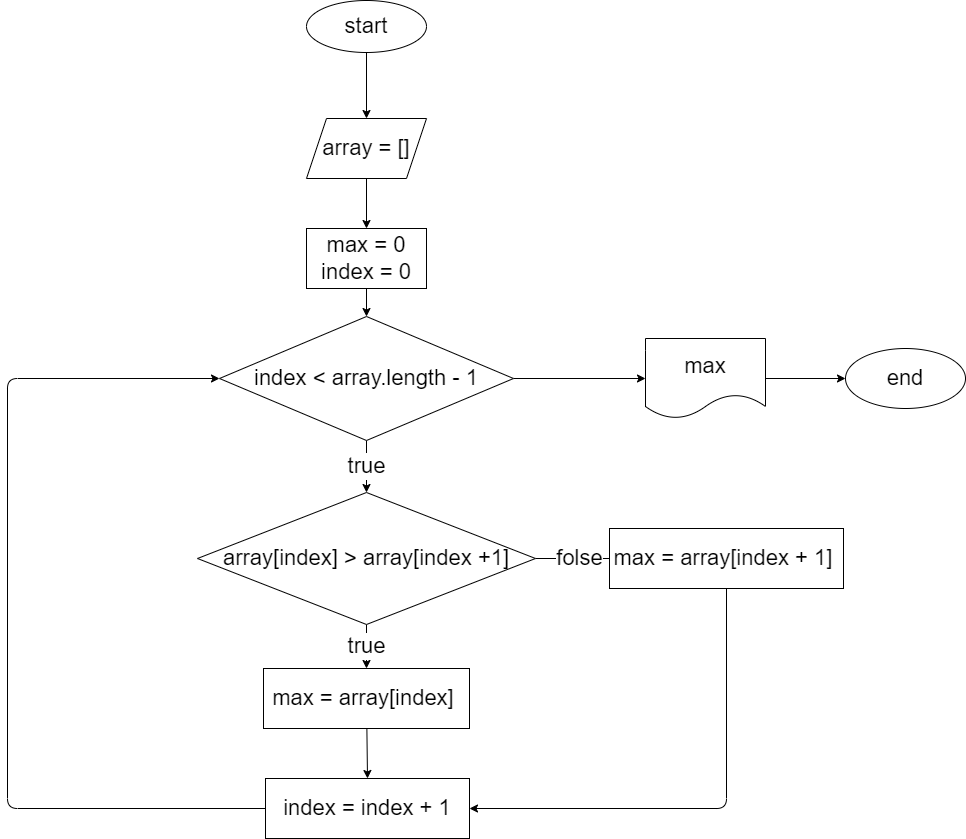
Earlier version of the draw.io export task_2/diagram2.drawio.png (Kir017/-). Source tidied: cells renumbered, new cells last; positions are measured from the earlier drawing's top-left corner, leaving out a move shared by most shapes. Its diagram source:
```xml
<mxGraphModel>
  <root>
    <mxCell id="0" />
    <mxCell id="1" parent="0" />
    <mxCell id="2" style="edgeStyle=none;html=1;fontSize=22;" parent="1" edge="1" source="3">
      <mxGeometry relative="1" as="geometry">
        <mxPoint x="359" y="118" as="targetPoint" />
      </mxGeometry>
    </mxCell>
    <mxCell id="3" value="&lt;font style=&quot;font-size: 22px&quot;&gt;start&lt;/font&gt;" style="ellipse;whiteSpace=wrap;html=1;" parent="1" vertex="1">
      <mxGeometry x="299" width="120" height="52" as="geometry" />
    </mxCell>
    <mxCell id="4" style="edgeStyle=none;html=1;fontSize=22;" parent="1" edge="1" source="5" target="7">
      <mxGeometry relative="1" as="geometry" />
    </mxCell>
    <mxCell id="5" value="array = []" style="shape=parallelogram;perimeter=parallelogramPerimeter;whiteSpace=wrap;html=1;fixedSize=1;fontSize=22;" parent="1" vertex="1">
      <mxGeometry x="299" y="118" width="120" height="60" as="geometry" />
    </mxCell>
    <mxCell id="6" style="edgeStyle=none;html=1;fontSize=22;" parent="1" edge="1" source="7" target="10">
      <mxGeometry relative="1" as="geometry" />
    </mxCell>
    <mxCell id="7" value="max = 0&lt;br&gt;index = 0" style="rounded=0;whiteSpace=wrap;html=1;fontSize=22;" parent="1" vertex="1">
      <mxGeometry x="299" y="228" width="120" height="60" as="geometry" />
    </mxCell>
    <mxCell id="8" value="true" style="edgeStyle=none;html=1;entryX=0.5;entryY=0;entryDx=0;entryDy=0;fontSize=22;" parent="1" edge="1" source="10" target="13">
      <mxGeometry relative="1" as="geometry" />
    </mxCell>
    <mxCell id="9" style="edgeStyle=none;html=1;fontSize=22;" parent="1" edge="1" source="10">
      <mxGeometry relative="1" as="geometry">
        <mxPoint x="638" y="378" as="targetPoint" />
      </mxGeometry>
    </mxCell>
    <mxCell id="10" value="index &amp;lt; array.length - 1" style="rhombus;whiteSpace=wrap;html=1;fontSize=22;rounded=0;" parent="1" vertex="1">
      <mxGeometry x="212" y="316" width="294" height="124" as="geometry" />
    </mxCell>
    <mxCell id="11" value="true" style="edgeStyle=none;html=1;fontSize=22;" parent="1" edge="1" source="13" target="15">
      <mxGeometry relative="1" as="geometry" />
    </mxCell>
    <mxCell id="12" value="folse" style="edgeStyle=none;html=1;fontSize=22;" parent="1" edge="1" source="13">
      <mxGeometry relative="1" as="geometry">
        <mxPoint x="616" y="558" as="targetPoint" />
      </mxGeometry>
    </mxCell>
    <mxCell id="13" value="array[index] &amp;gt; array[index +1]" style="rhombus;whiteSpace=wrap;html=1;fontSize=22;rounded=0;" parent="1" vertex="1">
      <mxGeometry x="190" y="492" width="338" height="132" as="geometry" />
    </mxCell>
    <mxCell id="14" style="edgeStyle=none;html=1;entryX=0.5;entryY=0;entryDx=0;entryDy=0;fontSize=22;" parent="1" edge="1" source="15" target="17">
      <mxGeometry relative="1" as="geometry" />
    </mxCell>
    <mxCell id="15" value="max = array[index]&amp;nbsp;" style="whiteSpace=wrap;html=1;fontSize=22;rounded=0;" parent="1" vertex="1">
      <mxGeometry x="256" y="668" width="206" height="60" as="geometry" />
    </mxCell>
    <mxCell id="16" style="edgeStyle=none;html=1;entryX=0;entryY=0.5;entryDx=0;entryDy=0;fontSize=22;" parent="1" edge="1" source="17" target="10">
      <mxGeometry relative="1" as="geometry">
        <Array as="points">
          <mxPoint y="808" />
          <mxPoint y="378" />
        </Array>
      </mxGeometry>
    </mxCell>
    <mxCell id="17" value="index = index&amp;nbsp;+ 1" style="rounded=0;whiteSpace=wrap;html=1;fontSize=22;" parent="1" vertex="1">
      <mxGeometry x="258" y="778" width="204" height="60" as="geometry" />
    </mxCell>
    <mxCell id="18" style="edgeStyle=none;html=1;entryX=1;entryY=0.5;entryDx=0;entryDy=0;fontSize=22;" parent="1" edge="1" source="19" target="17">
      <mxGeometry relative="1" as="geometry">
        <Array as="points">
          <mxPoint x="719" y="808" />
        </Array>
      </mxGeometry>
    </mxCell>
    <mxCell id="19" value="max = array[index + 1]&amp;nbsp;" style="whiteSpace=wrap;html=1;fontSize=22;rounded=0;" parent="1" vertex="1">
      <mxGeometry x="602" y="528" width="234" height="60" as="geometry" />
    </mxCell>
    <mxCell id="20" style="edgeStyle=none;html=1;fontSize=22;" parent="1" edge="1" source="21" target="22">
      <mxGeometry relative="1" as="geometry" />
    </mxCell>
    <mxCell id="21" value="max" style="shape=document;whiteSpace=wrap;html=1;boundedLbl=1;fontSize=22;" parent="1" vertex="1">
      <mxGeometry x="638" y="338" width="120" height="80" as="geometry" />
    </mxCell>
    <mxCell id="22" value="end" style="ellipse;whiteSpace=wrap;html=1;fontSize=22;" parent="1" vertex="1">
      <mxGeometry x="838" y="348" width="120" height="60" as="geometry" />
    </mxCell>
  </root>
</mxGraphModel>
```
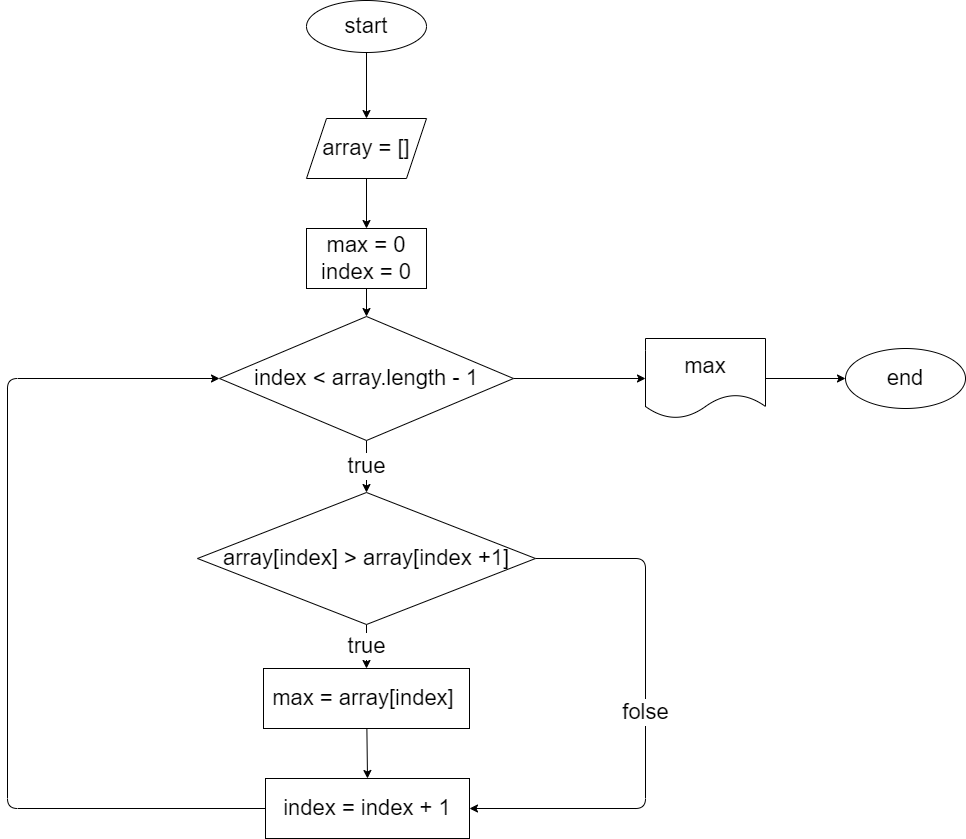
Later version of the same file.

What changed in the source:
```diff
@@ -36,9 +36,12 @@
     <mxCell id="11" value="true" style="edgeStyle=none;html=1;fontSize=22;" parent="1" edge="1" source="13" target="15">
       <mxGeometry relative="1" as="geometry" />
     </mxCell>
-    <mxCell id="12" value="folse" style="edgeStyle=none;html=1;fontSize=22;" parent="1" edge="1" source="13">
-      <mxGeometry relative="1" as="geometry">
-        <mxPoint x="616" y="558" as="targetPoint" />
+    <mxCell id="12" value="&lt;font style=&quot;font-size: 22px&quot;&gt;folse&lt;/font&gt;" style="edgeStyle=none;html=1;exitX=1;exitY=0.5;exitDx=0;exitDy=0;entryX=1;entryY=0.5;entryDx=0;entryDy=0;" parent="1" edge="1" source="13" target="17">
+      <mxGeometry x="-0.01" relative="1" as="geometry">
+        <Array as="points">
+          <mxPoint x="638" y="558" />
+          <mxPoint x="638" y="808" />
+        </Array>
       </mxGeometry>
     </mxCell>
     <mxCell id="13" value="array[index] &amp;gt; array[index +1]" style="rhombus;whiteSpace=wrap;html=1;fontSize=22;rounded=0;" parent="1" vertex="1">
@@ -61,16 +64,6 @@
     <mxCell id="17" value="index = index&amp;nbsp;+ 1" style="rounded=0;whiteSpace=wrap;html=1;fontSize=22;" parent="1" vertex="1">
       <mxGeometry x="258" y="778" width="204" height="60" as="geometry" />
     </mxCell>
-    <mxCell id="18" style="edgeStyle=none;html=1;entryX=1;entryY=0.5;entryDx=0;entryDy=0;fontSize=22;" parent="1" edge="1" source="19" target="17">
-      <mxGeometry relative="1" as="geometry">
-        <Array as="points">
-          <mxPoint x="719" y="808" />
-        </Array>
-      </mxGeometry>
-    </mxCell>
-    <mxCell id="19" value="max = array[index + 1]&amp;nbsp;" style="whiteSpace=wrap;html=1;fontSize=22;rounded=0;" parent="1" vertex="1">
-      <mxGeometry x="602" y="528" width="234" height="60" as="geometry" />
-    </mxCell>
     <mxCell id="20" style="edgeStyle=none;html=1;fontSize=22;" parent="1" edge="1" source="21" target="22">
       <mxGeometry relative="1" as="geometry" />
     </mxCell>
```
